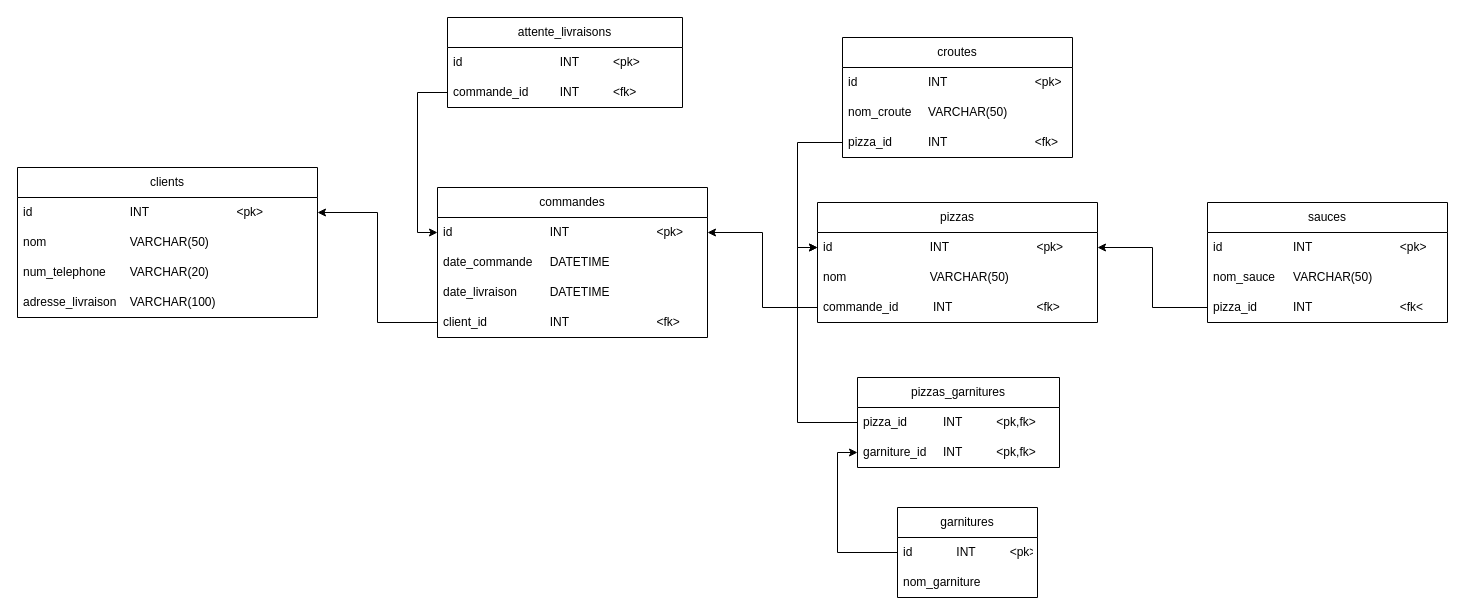
This is diagramme_uml.drawio from cgpvicto-2444639/projet_long_bd, a draw.io file, before an edit. Source tidied: cells renumbered, new cells numbered last; positions are measured from the earlier drawing's top-left corner, leaving out a move shared by most shapes. Both pictures are drawn from the tidied source at 100%, with x=0, y=0 at pixel (17, 17).
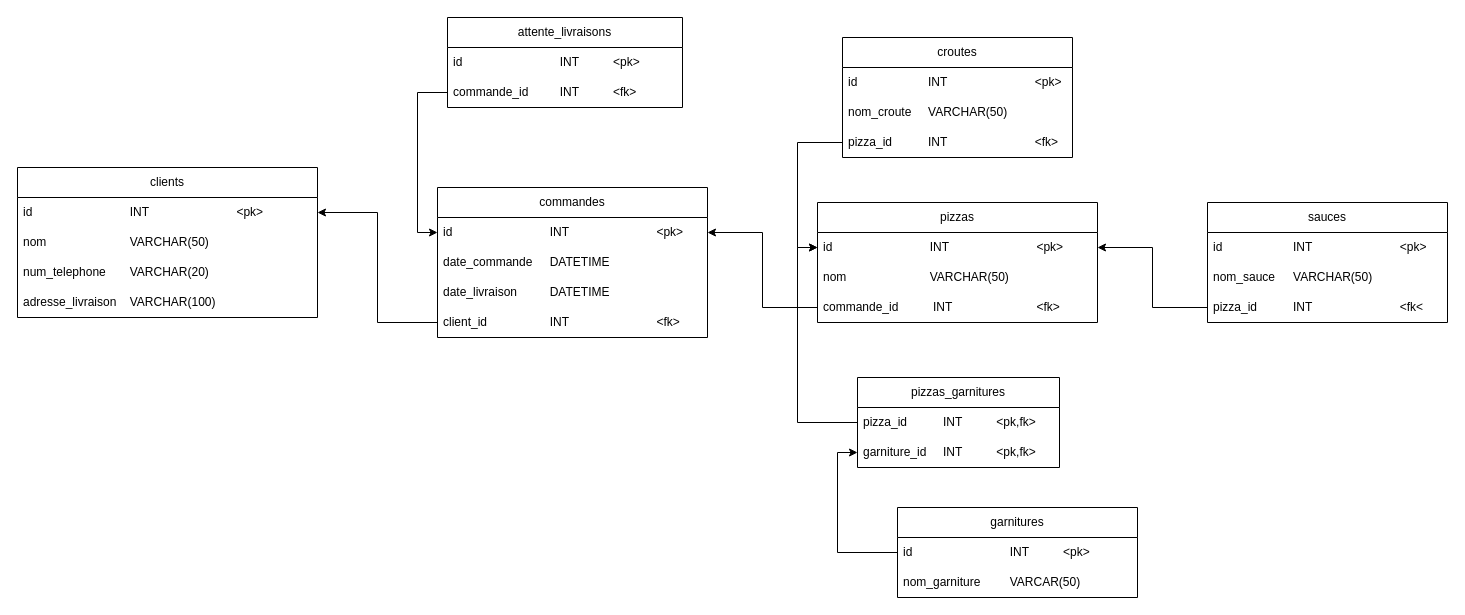
After the change.

Commit message (it also covers changes not shown here):
Terminer création des tables de base de donnée

Change to the diagram source:
```diff
@@
     <mxCell id="30" value="garnitures" style="swimlane;fontStyle=0;horizontal=1;startSize=30;whiteSpace=wrap;html=1;" parent="1" vertex="1">
-      <mxGeometry x="880" y="490" width="140" height="90" as="geometry" />
+      <mxGeometry x="880" y="490" width="240" height="90" as="geometry" />
     </mxCell>
-    <mxCell id="31" value="id&lt;span style=&quot;white-space: pre;&quot;&gt;&#9;&lt;/span&gt;&lt;span style=&quot;white-space: pre;&quot;&gt;&#9;&lt;/span&gt;INT&lt;span style=&quot;white-space: pre;&quot;&gt;&#9;&lt;/span&gt;&lt;span style=&quot;white-space: pre;&quot;&gt;&#9;&lt;/span&gt;&amp;lt;pk&amp;gt;" style="text;strokeColor=none;fillColor=none;align=left;verticalAlign=middle;spacingLeft=4;spacingRight=4;overflow=hidden;whiteSpace=wrap;html=1;" parent="30" vertex="1">
-      <mxGeometry y="30" width="140" height="30" as="geometry" />
+    <mxCell id="31" value="id&lt;span style=&quot;white-space: pre;&quot;&gt;&#9;&lt;/span&gt;&lt;span style=&quot;white-space: pre;&quot;&gt;&#9;&lt;span style=&quot;white-space: pre;&quot;&gt;&#9;&lt;/span&gt;&lt;span style=&quot;white-space: pre;&quot;&gt;&#9;&lt;/span&gt;&lt;/span&gt;INT&lt;span style=&quot;white-space: pre;&quot;&gt;&#9;&lt;/span&gt;&lt;span style=&quot;white-space: pre;&quot;&gt;&#9;&lt;/span&gt;&amp;lt;pk&amp;gt;" style="text;strokeColor=none;fillColor=none;align=left;verticalAlign=middle;spacingLeft=4;spacingRight=4;overflow=hidden;whiteSpace=wrap;html=1;" parent="30" vertex="1">
+      <mxGeometry y="30" width="240" height="30" as="geometry" />
     </mxCell>
-    <mxCell id="32" value="nom_garniture" style="text;strokeColor=none;fillColor=none;align=left;verticalAlign=middle;spacingLeft=4;spacingRight=4;overflow=hidden;whiteSpace=wrap;html=1;" parent="30" vertex="1">
-      <mxGeometry y="60" width="140" height="30" as="geometry" />
+    <mxCell id="32" value="nom_garniture &lt;span style=&quot;white-space: pre;&quot;&gt;&#9;&lt;/span&gt;VARCAR(50)" style="text;strokeColor=none;fillColor=none;align=left;verticalAlign=middle;spacingLeft=4;spacingRight=4;overflow=hidden;whiteSpace=wrap;html=1;" parent="30" vertex="1">
+      <mxGeometry y="60" width="240" height="30" as="geometry" />
     </mxCell>
```
